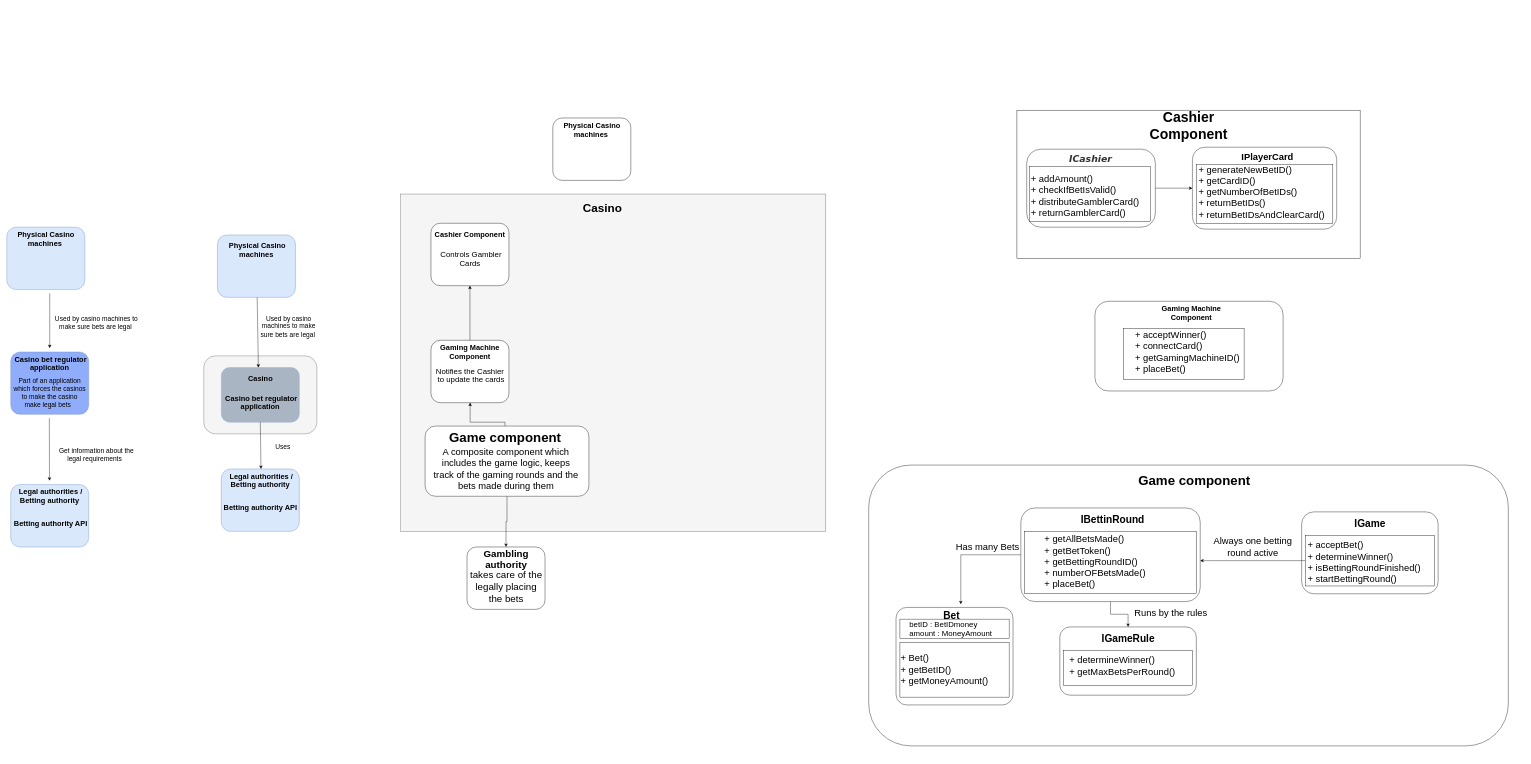
Above: C4 new 24.03.2020.drawio in BobbyGramatikov/TCI-Testing-and-continuous-integration (draw.io), before the change. Source tidied: cells renumbered, new cells numbered last; positions are measured from the earlier drawing's top-left corner, leaving out a move shared by most shapes. Both pictures are drawn from the tidied source at 39%, with x=0, y=0 at pixel (7, 110).
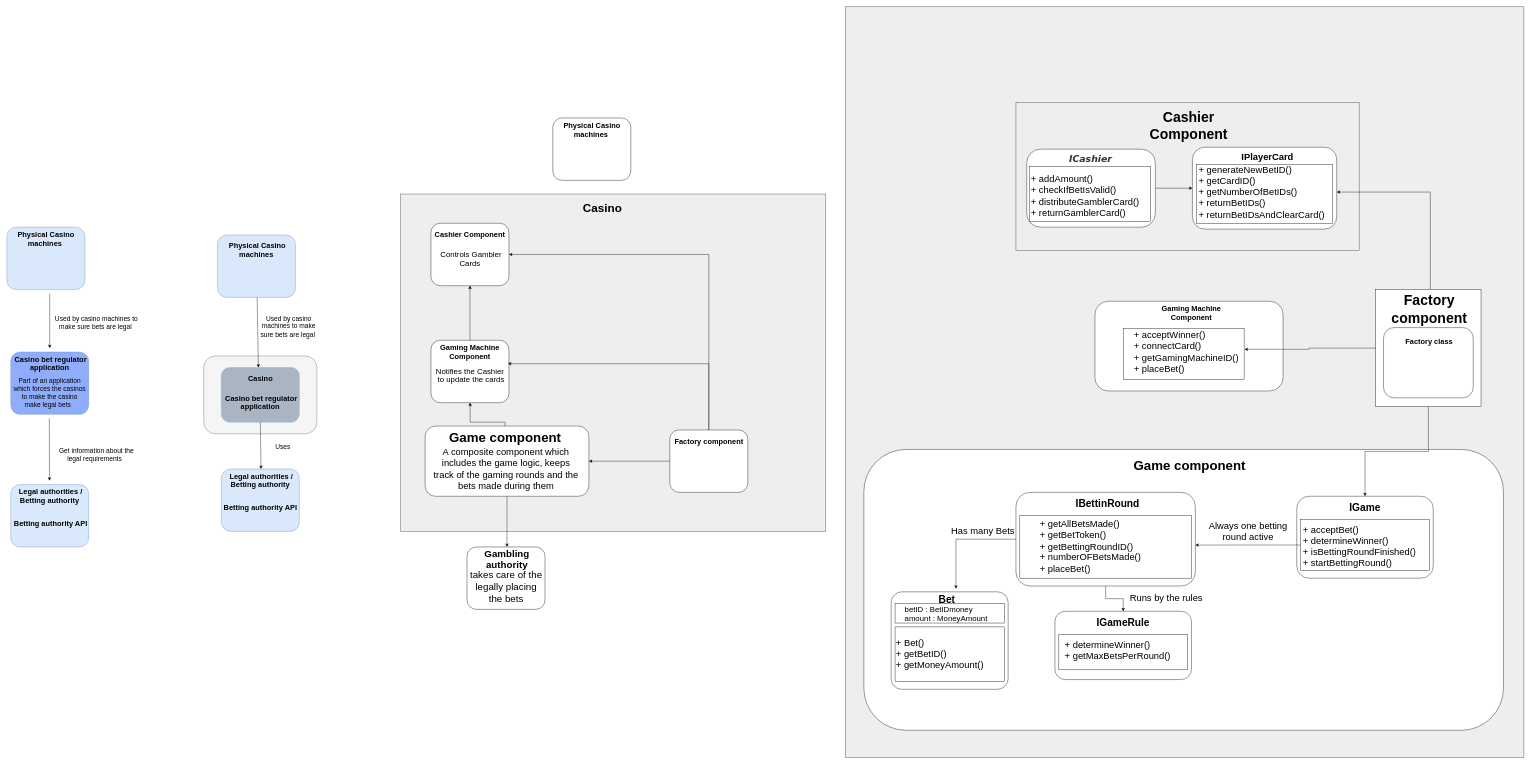
The same page after the edit.

Commit message (it also covers changes not shown here):
addition of factory compnent to C4

Unchanged cells that the change refers to:
```xml
<mxCell id="35" value="&lt;span style=&quot;font-size: 19px&quot;&gt;&lt;b&gt;Gaming Machine Component&lt;br&gt;&lt;/b&gt;&lt;/span&gt;" style="text;html=1;strokeColor=none;fillColor=none;align=center;verticalAlign=middle;whiteSpace=wrap;rounded=0;" parent="1" vertex="1">
  <mxGeometry x="1090" y="590" width="195" height="60" as="geometry" />
</mxCell>
<mxCell id="36" style="rounded=1;whiteSpace=wrap;html=1;" parent="1" vertex="1">
  <mxGeometry x="1087.5" y="290" width="200" height="160" as="geometry" />
</mxCell>
<mxCell id="39" style="rounded=1;whiteSpace=wrap;html=1;" parent="1" vertex="1">
  <mxGeometry x="1072.5" y="810" width="420" height="180" as="geometry" />
</mxCell>
<mxCell id="63" value="&lt;font style=&quot;font-size: 24px&quot;&gt;+ generateNewBetID()&lt;br&gt;+ getCardID()&lt;br&gt;+ getNumberOfBetIDs()&lt;br&gt;+ returnBetIDs()&lt;br&gt;+ returnBetIDsAndClearCard()&lt;/font&gt;" style="text;html=1;strokeColor=none;fillColor=none;align=left;verticalAlign=middle;whiteSpace=wrap;rounded=0;" parent="1" vertex="1">
  <mxGeometry x="3053.8" y="135" width="356.2" height="150" as="geometry" />
</mxCell>
```

What changed in the source:
```diff
@@
+    <mxCell id="89" style="rounded=0;whiteSpace=wrap;html=1;shadow=0;fillColor=#eeeeee;strokeColor=#36393d;" parent="1" vertex="1">
+      <mxGeometry x="2150" y="-265" width="1740" height="1925" as="geometry" />
+    </mxCell>
+    <mxCell id="64" style="rounded=1;whiteSpace=wrap;html=1;" parent="1" vertex="1">
+      <mxGeometry x="2790" y="490" width="482.5" height="230" as="geometry" />
+    </mxCell>
+    <mxCell id="3" style="rounded=0;whiteSpace=wrap;html=1;fillColor=#eeeeee;strokeColor=#36393d;" parent="1" vertex="1">
+      <mxGeometry x="2587.5" y="-20" width="880" height="380" as="geometry" />
+    </mxCell>
     <mxCell id="2" style="rounded=1;whiteSpace=wrap;html=1;" parent="1" vertex="1">
-      <mxGeometry x="2210" y="910" width="1640" height="720" as="geometry" />
+      <mxGeometry x="2197.5" y="870" width="1640" height="720" as="geometry" />
     </mxCell>
-    <mxCell id="3" style="rounded=0;whiteSpace=wrap;html=1;" parent="1" vertex="1">
-      <mxGeometry x="2590" width="880" height="380" as="geometry" />
-    </mxCell>
+    <mxCell id="90" style="edgeStyle=orthogonalEdgeStyle;rounded=0;jettySize=auto;html=1;entryX=1.022;entryY=0.415;entryDx=0;entryDy=0;entryPerimeter=0;" parent="1" edge="1" source="93" target="67">
+      <mxGeometry relative="1" as="geometry" />
+    </mxCell>
+    <mxCell id="91" style="edgeStyle=orthogonalEdgeStyle;rounded=0;jettySize=auto;html=1;entryX=0.5;entryY=0;entryDx=0;entryDy=0;" parent="1" edge="1" source="93" target="76">
+      <mxGeometry relative="1" as="geometry" />
+    </mxCell>
+    <mxCell id="92" style="edgeStyle=orthogonalEdgeStyle;rounded=0;jettySize=auto;html=1;entryX=1;entryY=0.5;entryDx=0;entryDy=0;" parent="1" edge="1" source="93" target="63">
+      <mxGeometry relative="1" as="geometry">
+        <Array as="points">
+          <mxPoint x="3650" y="210" />
+        </Array>
+      </mxGeometry>
+    </mxCell>
+    <mxCell id="93" style="rounded=0;whiteSpace=wrap;html=1;" parent="1" vertex="1">
+      <mxGeometry x="3510" y="460" width="270" height="300" as="geometry" />
+    </mxCell>
@@
-    <mxCell id="6" style="rounded=0;whiteSpace=wrap;html=1;shadow=0;fillColor=#f5f5f5;strokeColor=#666666;fontColor=#333333;" parent="1" vertex="1">
+    <mxCell id="6" style="rounded=0;whiteSpace=wrap;html=1;shadow=0;fillColor=#eeeeee;strokeColor=#36393d;" parent="1" vertex="1">
       <mxGeometry x="1010" y="215" width="1090" height="865" as="geometry" />
     </mxCell>
@@
     <mxCell id="31" style="rounded=1;whiteSpace=wrap;html=1;arcSize=11;" parent="1" vertex="1">
-      <mxGeometry x="2280" y="1275" width="300" height="250" as="geometry" />
+      <mxGeometry x="2267.5" y="1235" width="300" height="250" as="geometry" />
     </mxCell>
     <mxCell id="32" value="&lt;b&gt;&lt;font style=&quot;font-size: 26px&quot;&gt;Bet&lt;/font&gt;&lt;/b&gt;" style="text;html=1;strokeColor=none;fillColor=none;align=center;verticalAlign=middle;whiteSpace=wrap;rounded=0;" parent="1" vertex="1">
-      <mxGeometry x="2325" y="1265" width="195" height="60" as="geometry" />
+      <mxGeometry x="2312.5" y="1225" width="195" height="60" as="geometry" />
     </mxCell>
@@
     <mxCell id="44" value="&lt;b&gt;&lt;font style=&quot;font-size: 25px&quot;&gt;Gambling authority&lt;/font&gt;&lt;/b&gt;" style="text;html=1;strokeColor=none;fillColor=none;align=center;verticalAlign=middle;whiteSpace=wrap;rounded=0;" parent="1" vertex="1">
-      <mxGeometry x="1182.5" y="1120" width="195" height="60" as="geometry" />
+      <mxGeometry x="1185" y="1120" width="195" height="60" as="geometry" />
     </mxCell>
@@
     <mxCell id="48" style="rounded=1;whiteSpace=wrap;html=1;" parent="1" vertex="1">
-      <mxGeometry x="2600" y="1020" width="460" height="240" as="geometry" />
+      <mxGeometry x="2587.5" y="980" width="460" height="240" as="geometry" />
     </mxCell>
     <mxCell id="49" value="&lt;b&gt;&lt;font style=&quot;font-size: 26px&quot;&gt;IBettinRound&lt;/font&gt;&lt;br&gt;&lt;/b&gt;" style="text;html=1;strokeColor=none;fillColor=none;align=center;verticalAlign=middle;whiteSpace=wrap;rounded=0;" parent="1" vertex="1">
-      <mxGeometry x="2737.5" y="1020" width="195" height="60" as="geometry" />
+      <mxGeometry x="2725" y="980" width="195" height="60" as="geometry" />
     </mxCell>
@@
-    <mxCell id="64" style="rounded=1;whiteSpace=wrap;html=1;" parent="1" vertex="1">
-      <mxGeometry x="2790" y="490" width="482.5" height="230" as="geometry" />
-    </mxCell>
@@
     <mxCell id="67" value="&lt;font style=&quot;font-size: 24px&quot;&gt;+ acceptWinner()&lt;br&gt;+ connectCard()&lt;br&gt;+ getGamingMachineID()&lt;br&gt;+ placeBet()&lt;/font&gt;" style="text;html=1;align=left;verticalAlign=middle;points=[];" parent="1" vertex="1">
-      <mxGeometry x="2891.2" y="580" width="280" height="80" as="geometry" />
+      <mxGeometry x="2887.5" y="580" width="280" height="80" as="geometry" />
     </mxCell>
     <mxCell id="68" value="&lt;b&gt;&lt;font style=&quot;font-size: 34px&quot;&gt;Game component&lt;/font&gt;&lt;br&gt;&lt;/b&gt;" style="text;html=1;strokeColor=none;fillColor=none;align=center;verticalAlign=middle;whiteSpace=wrap;rounded=0;" parent="1" vertex="1">
-      <mxGeometry x="2820" y="920" width="450" height="60" as="geometry" />
+      <mxGeometry x="2807.5" y="880" width="450" height="60" as="geometry" />
     </mxCell>
@@
     <mxCell id="70" style="rounded=0;whiteSpace=wrap;html=1;" parent="1" vertex="1">
-      <mxGeometry x="2290" y="1305" width="280" height="50" as="geometry" />
+      <mxGeometry x="2277.5" y="1265" width="280" height="50" as="geometry" />
     </mxCell>
     <mxCell id="71" value="&lt;font style=&quot;font-size: 24px&quot;&gt;+ Bet()&lt;br&gt;+ getBetID()&lt;br&gt;+ getMoneyAmount()&lt;/font&gt;" style="rounded=0;whiteSpace=wrap;html=1;align=left;" parent="1" vertex="1">
-      <mxGeometry x="2290" y="1365" width="280" height="140" as="geometry" />
+      <mxGeometry x="2277.5" y="1325" width="280" height="140" as="geometry" />
     </mxCell>
     <mxCell id="72" value="&lt;div style=&quot;text-align: left ; font-size: 20px&quot;&gt;betID : BetIDmoney&lt;/div&gt;&lt;div style=&quot;text-align: left ; font-size: 20px&quot;&gt;amount : MoneyAmount&lt;br&gt;&lt;/div&gt;" style="text;html=1;align=center;" parent="1" vertex="1">
-      <mxGeometry x="2290" y="1300" width="260" height="65" as="geometry" />
+      <mxGeometry x="2277.5" y="1260" width="260" height="65" as="geometry" />
     </mxCell>
     <mxCell id="73" style="rounded=0;whiteSpace=wrap;html=1;" parent="1" vertex="1">
-      <mxGeometry x="2610" y="1080" width="440" height="160" as="geometry" />
+      <mxGeometry x="2597.5" y="1040" width="440" height="160" as="geometry" />
     </mxCell>
     <mxCell id="74" value="&lt;div style=&quot;text-align: left&quot;&gt;&lt;span style=&quot;font-size: 24px&quot;&gt;+ getAllBetsMade()&lt;/span&gt;&lt;/div&gt;&lt;font style=&quot;font-size: 24px&quot;&gt;&lt;div style=&quot;text-align: left&quot;&gt;&lt;span&gt;+ getBetToken()&lt;/span&gt;&lt;/div&gt;&lt;div style=&quot;text-align: left&quot;&gt;&lt;span&gt;+ getBettingRoundID()&lt;/span&gt;&lt;/div&gt;&lt;div style=&quot;text-align: left&quot;&gt;&lt;span&gt;+ numberOFBetsMade()&lt;/span&gt;&lt;/div&gt;&lt;div style=&quot;text-align: left&quot;&gt;&lt;span&gt;+ placeBet()&lt;/span&gt;&lt;/div&gt;&lt;/font&gt;" style="text;html=1;align=center;" parent="1" vertex="1">
-      <mxGeometry x="2690" y="1080" width="200" height="30" as="geometry" />
+      <mxGeometry x="2677.5" y="1040" width="200" height="30" as="geometry" />
     </mxCell>
     <mxCell id="75" style="rounded=1;whiteSpace=wrap;html=1;" parent="1" vertex="1">
-      <mxGeometry x="3320" y="1030" width="350" height="210" as="geometry" />
+      <mxGeometry x="3307.5" y="990" width="350" height="210" as="geometry" />
     </mxCell>
     <mxCell id="76" value="&lt;b&gt;&lt;font style=&quot;font-size: 26px&quot;&gt;IGame&lt;/font&gt;&lt;br&gt;&lt;/b&gt;" style="text;html=1;strokeColor=none;fillColor=none;align=center;verticalAlign=middle;whiteSpace=wrap;rounded=0;" parent="1" vertex="1">
-      <mxGeometry x="3397.5" y="1030" width="195" height="60" as="geometry" />
+      <mxGeometry x="3385" y="990" width="195" height="60" as="geometry" />
     </mxCell>
@@
     <mxCell id="79" style="rounded=0;whiteSpace=wrap;html=1;" parent="1" vertex="1">
-      <mxGeometry x="3330" y="1090" width="330" height="130" as="geometry" />
+      <mxGeometry x="3317.5" y="1050" width="330" height="130" as="geometry" />
     </mxCell>
     <mxCell id="80" value="&lt;div style=&quot;text-align: left&quot;&gt;&lt;font style=&quot;font-size: 24px&quot;&gt;+ acceptBet()&lt;/font&gt;&lt;/div&gt;&lt;div style=&quot;text-align: left&quot;&gt;&lt;font style=&quot;font-size: 24px&quot;&gt;+ determineWinner()&lt;/font&gt;&lt;/div&gt;&lt;div style=&quot;text-align: left&quot;&gt;&lt;font style=&quot;font-size: 24px&quot;&gt;+ isBettingRoundFinished()&lt;/font&gt;&lt;/div&gt;&lt;div style=&quot;text-align: left&quot;&gt;&lt;font style=&quot;font-size: 24px&quot;&gt;+ startBettingRound()&lt;/font&gt;&lt;br&gt;&lt;/div&gt;" style="text;html=1;align=center;" parent="1" vertex="1">
-      <mxGeometry x="3380" y="1095" width="200" height="30" as="geometry" />
+      <mxGeometry x="3367.5" y="1055" width="200" height="30" as="geometry" />
     </mxCell>
     <mxCell id="81" style="rounded=1;whiteSpace=wrap;html=1;" parent="1" vertex="1">
-      <mxGeometry x="2700" y="1325" width="350" height="175" as="geometry" />
+      <mxGeometry x="2687.5" y="1285" width="350" height="175" as="geometry" />
     </mxCell>
     <mxCell id="82" value="&lt;b&gt;&lt;font style=&quot;font-size: 26px&quot;&gt;IGameRule&lt;/font&gt;&lt;br&gt;&lt;/b&gt;" style="text;html=1;strokeColor=none;fillColor=none;align=center;verticalAlign=middle;whiteSpace=wrap;rounded=0;" parent="1" vertex="1">
-      <mxGeometry x="2777.5" y="1325" width="195" height="60" as="geometry" />
+      <mxGeometry x="2765" y="1285" width="195" height="60" as="geometry" />
     </mxCell>
@@
     <mxCell id="84" style="rounded=0;whiteSpace=wrap;html=1;" parent="1" vertex="1">
-      <mxGeometry x="2710" y="1385" width="330" height="90" as="geometry" />
+      <mxGeometry x="2697.5" y="1345" width="330" height="90" as="geometry" />
     </mxCell>
     <mxCell id="85" value="&lt;div style=&quot;text-align: left&quot;&gt;&lt;font style=&quot;font-size: 24px&quot;&gt;+ determineWinner()&lt;/font&gt;&lt;/div&gt;&lt;div style=&quot;text-align: left&quot;&gt;&lt;font style=&quot;font-size: 24px&quot;&gt;+ getMaxBetsPerRound()&lt;/font&gt;&lt;br&gt;&lt;/div&gt;" style="text;html=1;align=center;" parent="1" vertex="1">
-      <mxGeometry x="2760" y="1390" width="200" height="30" as="geometry" />
+      <mxGeometry x="2747.5" y="1350" width="200" height="30" as="geometry" />
     </mxCell>
     <mxCell id="86" value="&lt;font style=&quot;font-size: 24px&quot;&gt;Has many Bets&lt;/font&gt;" style="text;html=1;strokeColor=none;fillColor=none;align=center;verticalAlign=middle;whiteSpace=wrap;rounded=0;" parent="1" vertex="1">
-      <mxGeometry x="2410" y="1110" width="210" height="20" as="geometry" />
+      <mxGeometry x="2397.5" y="1070" width="210" height="20" as="geometry" />
     </mxCell>
     <mxCell id="87" value="&lt;font style=&quot;font-size: 24px&quot;&gt;Runs by the rules&lt;/font&gt;" style="text;html=1;strokeColor=none;fillColor=none;align=center;verticalAlign=middle;whiteSpace=wrap;rounded=0;" parent="1" vertex="1">
-      <mxGeometry x="2880" y="1280" width="210" height="20" as="geometry" />
+      <mxGeometry x="2867.5" y="1240" width="210" height="20" as="geometry" />
     </mxCell>
     <mxCell id="88" value="&lt;span style=&quot;font-size: 24px&quot;&gt;Always one betting round active&lt;/span&gt;" style="text;html=1;strokeColor=none;fillColor=none;align=center;verticalAlign=middle;whiteSpace=wrap;rounded=0;" parent="1" vertex="1">
-      <mxGeometry x="3090" y="1110" width="210" height="20" as="geometry" />
+      <mxGeometry x="3077.5" y="1070" width="210" height="20" as="geometry" />
     </mxCell>
+    <mxCell id="94" style="edgeStyle=orthogonalEdgeStyle;rounded=0;jettySize=auto;html=1;entryX=1;entryY=0.5;entryDx=0;entryDy=0;" parent="1" edge="1" source="95" target="39">
+      <mxGeometry relative="1" as="geometry" />
+    </mxCell>
+    <mxCell id="95" style="rounded=1;whiteSpace=wrap;html=1;" parent="1" vertex="1">
+      <mxGeometry x="1700" y="820" width="200" height="160" as="geometry" />
+    </mxCell>
+    <mxCell id="96" style="edgeStyle=orthogonalEdgeStyle;rounded=0;jettySize=auto;html=1;entryX=1;entryY=0.5;entryDx=0;entryDy=0;" parent="1" edge="1" source="98" target="36">
+      <mxGeometry relative="1" as="geometry">
+        <Array as="points">
+          <mxPoint x="1800" y="370" />
+        </Array>
+      </mxGeometry>
+    </mxCell>
+    <mxCell id="97" style="edgeStyle=orthogonalEdgeStyle;rounded=0;jettySize=auto;html=1;entryX=1;entryY=1;entryDx=0;entryDy=0;" parent="1" edge="1" source="98" target="35">
+      <mxGeometry relative="1" as="geometry">
+        <Array as="points">
+          <mxPoint x="1800" y="650" />
+        </Array>
+      </mxGeometry>
+    </mxCell>
+    <mxCell id="98" value="&lt;span style=&quot;font-size: 19px&quot;&gt;&lt;b&gt;Factory&lt;/b&gt;&lt;/span&gt;&lt;b style=&quot;font-size: 19px&quot;&gt;&amp;nbsp;component&lt;/b&gt;" style="text;html=1;strokeColor=none;fillColor=none;align=center;verticalAlign=middle;whiteSpace=wrap;rounded=0;" parent="1" vertex="1">
+      <mxGeometry x="1702.5" y="820" width="195" height="60" as="geometry" />
+    </mxCell>
+    <mxCell id="99" style="rounded=1;whiteSpace=wrap;html=1;" parent="1" vertex="1">
+      <mxGeometry x="3530" y="557.5" width="230" height="180" as="geometry" />
+    </mxCell>
+    <mxCell id="100" value="&lt;span style=&quot;font-size: 19px&quot;&gt;&lt;b&gt;Factory&lt;/b&gt;&lt;/span&gt;&lt;b style=&quot;font-size: 19px&quot;&gt;&amp;nbsp;class&lt;/b&gt;" style="text;html=1;strokeColor=none;fillColor=none;align=center;verticalAlign=middle;whiteSpace=wrap;rounded=0;" parent="1" vertex="1">
+      <mxGeometry x="3532.5" y="557.5" width="227.5" height="70" as="geometry" />
+    </mxCell>
+    <mxCell id="101" value="&lt;b&gt;&lt;font style=&quot;font-size: 36px&quot;&gt;Factory component&lt;/font&gt;&lt;br&gt;&lt;/b&gt;" style="text;html=1;strokeColor=none;fillColor=none;align=center;verticalAlign=middle;whiteSpace=wrap;rounded=0;" parent="1" vertex="1">
+      <mxGeometry x="3550" y="460" width="195" height="100" as="geometry" />
+    </mxCell>
```
